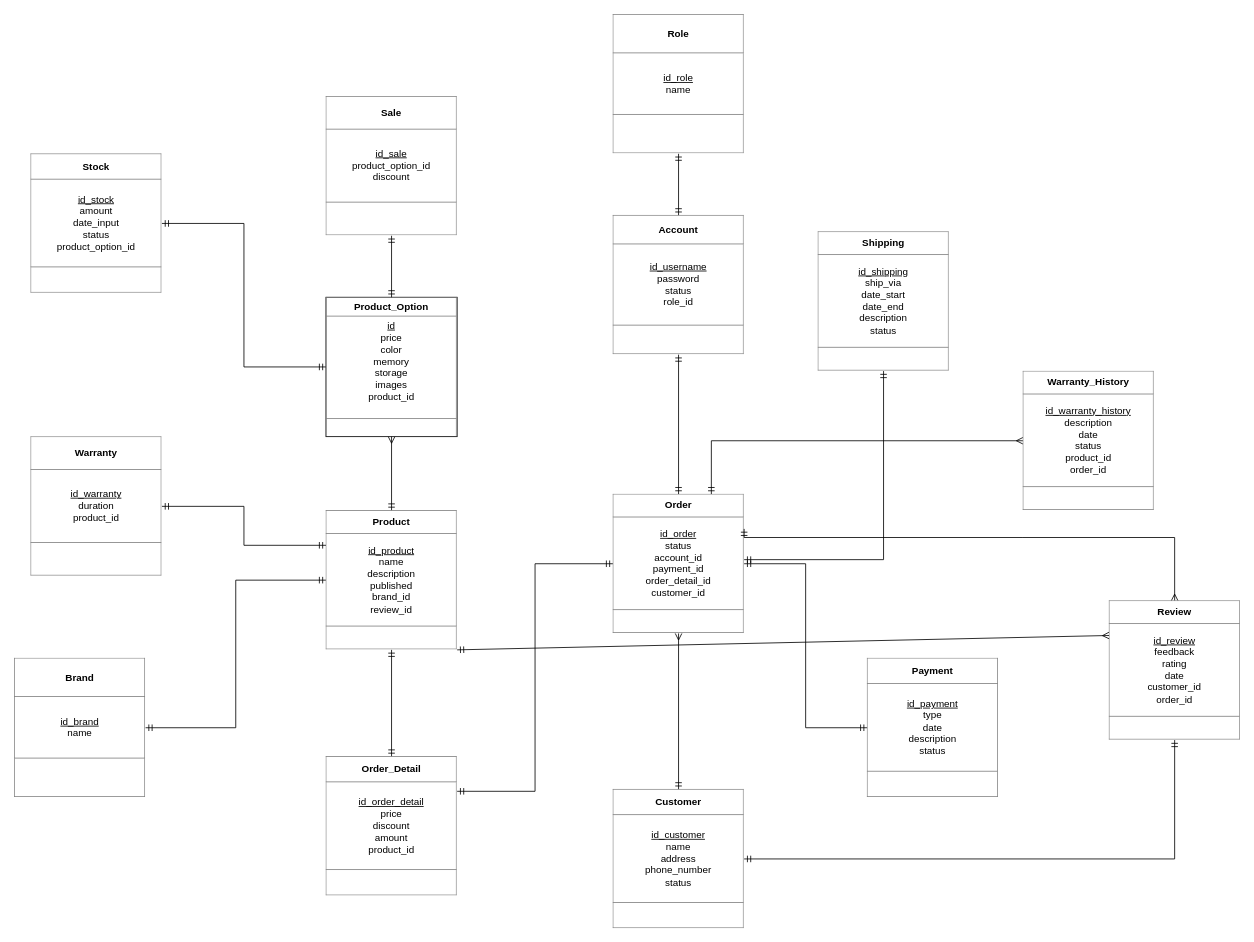
Above: diagram/diagram.drawio in DuyPham99/Final-Project (draw.io), before the change. Source tidied: cells renumbered, new cells numbered last; positions are measured from the earlier drawing's top-left corner, leaving out a move shared by most shapes. Both pictures are drawn from the tidied source at 82%, with x=0, y=0 at pixel (14, 14).
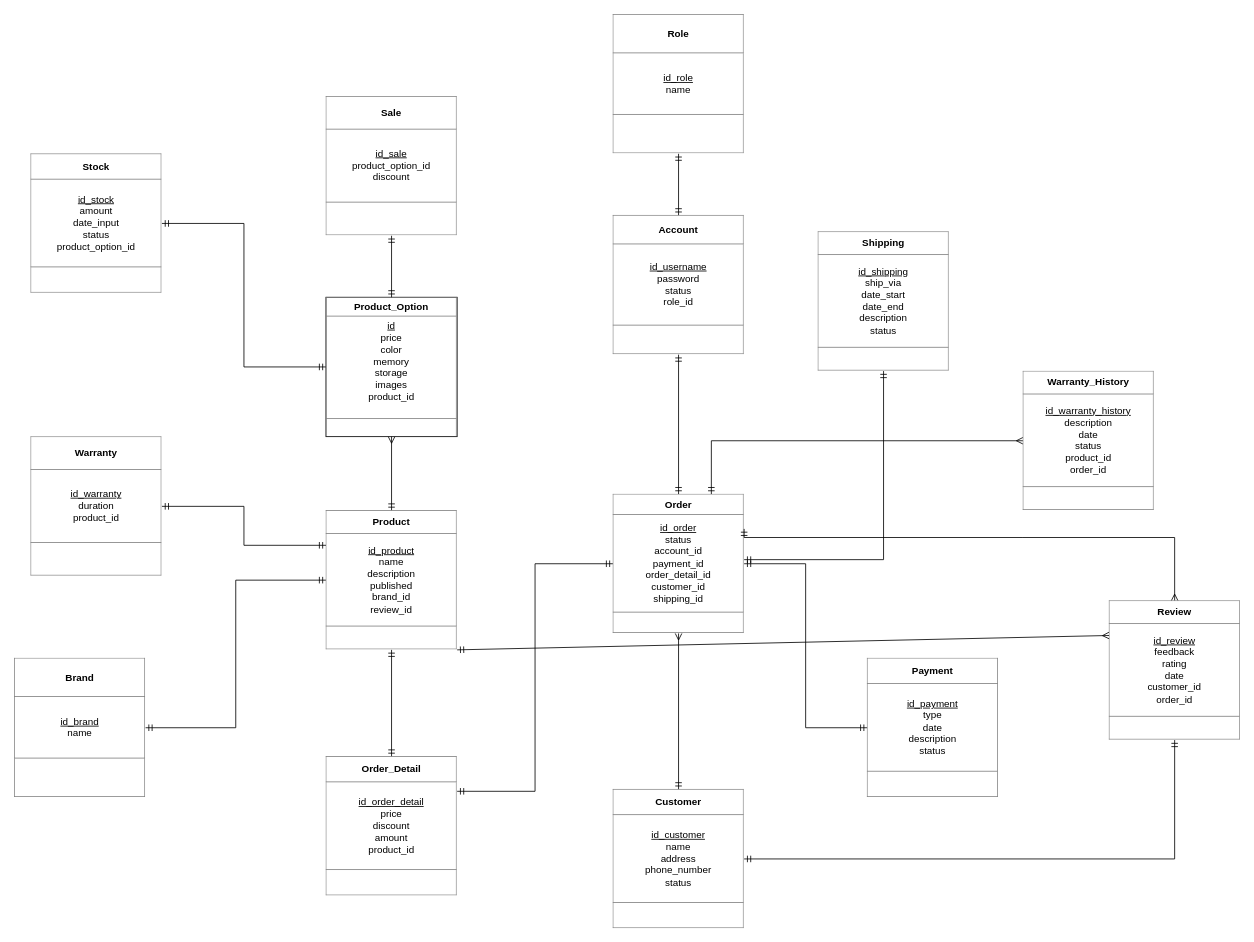
After the change.

What changed in the source:
```diff
@@
-    <mxCell id="11" value="&lt;table border=&quot;1&quot; width=&quot;100%&quot; cellpadding=&quot;4&quot; style=&quot;width: 100% ; height: 100% ; border-collapse: collapse&quot;&gt;&lt;tbody&gt;&lt;tr&gt;&lt;th align=&quot;center&quot;&gt;Order&lt;/th&gt;&lt;/tr&gt;&lt;tr&gt;&lt;td align=&quot;center&quot;&gt;&lt;u&gt;id_order&lt;/u&gt;&lt;br&gt;status&lt;br&gt;account_id&lt;br&gt;payment_id&lt;br&gt;order_detail_id&lt;br&gt;customer_id&lt;/td&gt;&lt;/tr&gt;&lt;tr&gt;&lt;td align=&quot;center&quot;&gt;&lt;br&gt;&lt;/td&gt;&lt;/tr&gt;&lt;/tbody&gt;&lt;/table&gt;" style="text;html=1;strokeColor=none;fillColor=none;overflow=fill;" parent="1" vertex="1">
+    <mxCell id="11" value="&lt;table border=&quot;1&quot; width=&quot;100%&quot; cellpadding=&quot;4&quot; style=&quot;width: 100% ; height: 100% ; border-collapse: collapse&quot;&gt;&lt;tbody&gt;&lt;tr&gt;&lt;th align=&quot;center&quot;&gt;Order&lt;/th&gt;&lt;/tr&gt;&lt;tr&gt;&lt;td align=&quot;center&quot;&gt;&lt;u&gt;id_order&lt;/u&gt;&lt;br&gt;status&lt;br&gt;account_id&lt;br&gt;payment_id&lt;br&gt;order_detail_id&lt;br&gt;customer_id&lt;br&gt;shipping_id&lt;/td&gt;&lt;/tr&gt;&lt;tr&gt;&lt;td align=&quot;center&quot;&gt;&lt;br&gt;&lt;/td&gt;&lt;/tr&gt;&lt;/tbody&gt;&lt;/table&gt;" style="text;html=1;strokeColor=none;fillColor=none;overflow=fill;" parent="1" vertex="1">
       <mxGeometry x="730" y="585" width="160" height="170" as="geometry" />
     </mxCell>
```
